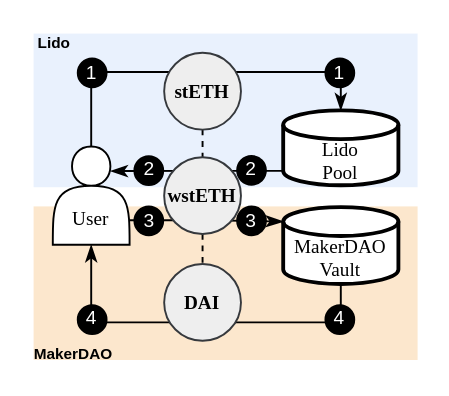
Before: diagrams/cdp_lending.drawio in lyc0603/tvl-measurement, a draw.io diagram. Source tidied: cells renumbered, new cells numbered last; positions are measured from the earlier drawing's top-left corner, leaving out a move shared by most shapes. Both pictures are drawn from the tidied source at 192%, with x=0, y=0 at pixel (33, 33).
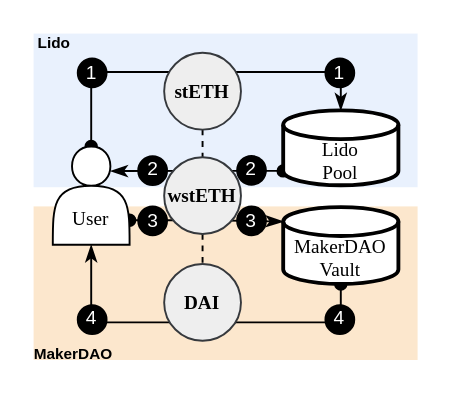
The same diagram, later.

The change refers to these unchanged cells:
```xml
<mxCell id="6" value="&lt;font style=&quot;font-size: 10px;&quot;&gt;&lt;br&gt;&lt;font style=&quot;font-size: 10px;&quot;&gt;&lt;br&gt;User&lt;/font&gt;&lt;/font&gt;" style="shape=actor;whiteSpace=wrap;html=1;fontSize=10;fontFamily=Times New Roman;verticalAlign=middle;" parent="1" vertex="1">
  <mxGeometry x="10" y="58.8" width="40" height="51.2" as="geometry" />
</mxCell>
<mxCell id="8" value="MakerDAO&lt;br&gt;Vault" style="shape=cylinder3;whiteSpace=wrap;html=1;boundedLbl=1;backgroundOutline=1;size=7.5;strokeWidth=2;fontFamily=Times New Roman;fontSize=10;fontStyle=0;" parent="1" vertex="1">
  <mxGeometry x="130" y="90.4" width="60" height="40" as="geometry" />
</mxCell>
<mxCell id="10" value="Lido&lt;br&gt;Pool" style="shape=cylinder3;whiteSpace=wrap;html=1;boundedLbl=1;backgroundOutline=1;size=7.5;strokeWidth=2;fontFamily=Times New Roman;fontStyle=0;fontSize=10;" parent="1" vertex="1">
  <mxGeometry x="130" y="40" width="60" height="39" as="geometry" />
</mxCell>
```

Change to the diagram source:
```diff
@@
-    <mxCell id="4" style="edgeStyle=orthogonalEdgeStyle;rounded=1;jettySize=auto;html=1;exitX=0.5;exitY=0;exitDx=0;exitDy=0;entryX=0.5;entryY=0;entryDx=0;entryDy=0;entryPerimeter=0;endArrow=classicThin;endFill=1;arcSize=5;fillColor=#d80073;strokeColor=#000000;" parent="1" edge="1" source="6" target="10">
+    <mxCell id="4" style="edgeStyle=orthogonalEdgeStyle;rounded=1;jettySize=auto;html=1;exitX=0.5;exitY=0;exitDx=0;exitDy=0;entryX=0.5;entryY=0;entryDx=0;entryDy=0;entryPerimeter=0;endArrow=classicThin;endFill=1;arcSize=5;fillColor=#d80073;strokeColor=#000000;startArrow=oval;startFill=1;" parent="1" edge="1" source="6" target="10">
       <mxGeometry relative="1" as="geometry" />
     </mxCell>
-    <mxCell id="5" style="edgeStyle=orthogonalEdgeStyle;rounded=1;jettySize=auto;html=1;exitX=1;exitY=0.75;exitDx=0;exitDy=0;entryX=0;entryY=0;entryDx=0;entryDy=7.5;entryPerimeter=0;strokeColor=#000000;endArrow=classicThin;endFill=1;arcSize=5;fillColor=#d80073;" parent="1" edge="1" source="6" target="8">
+    <mxCell id="5" style="edgeStyle=orthogonalEdgeStyle;rounded=1;jettySize=auto;html=1;exitX=1;exitY=0.75;exitDx=0;exitDy=0;entryX=0;entryY=0;entryDx=0;entryDy=7.5;entryPerimeter=0;strokeColor=#000000;endArrow=classicThin;endFill=1;arcSize=5;fillColor=#d80073;startArrow=oval;startFill=1;" parent="1" edge="1" source="6" target="8">
       <mxGeometry relative="1" as="geometry" />
     </mxCell>
@@
-    <mxCell id="7" style="edgeStyle=orthogonalEdgeStyle;rounded=1;jettySize=auto;html=1;exitX=0.5;exitY=1;exitDx=0;exitDy=0;exitPerimeter=0;entryX=0.5;entryY=1;entryDx=0;entryDy=0;strokeColor=#000000;endArrow=classicThin;endFill=1;arcSize=5;fillColor=#008a00;" parent="1" edge="1" source="8" target="6">
+    <mxCell id="7" style="edgeStyle=orthogonalEdgeStyle;rounded=1;jettySize=auto;html=1;exitX=0.5;exitY=1;exitDx=0;exitDy=0;exitPerimeter=0;entryX=0.5;entryY=1;entryDx=0;entryDy=0;strokeColor=#000000;endArrow=classicThin;endFill=1;arcSize=5;fillColor=#008a00;startArrow=oval;startFill=1;" parent="1" edge="1" source="8" target="6">
       <mxGeometry relative="1" as="geometry" />
     </mxCell>
@@
-    <mxCell id="9" style="edgeStyle=orthogonalEdgeStyle;rounded=1;jettySize=auto;html=1;exitX=0;exitY=1;exitDx=0;exitDy=-7.5;exitPerimeter=0;entryX=0.75;entryY=0.25;entryDx=0;entryDy=0;entryPerimeter=0;strokeColor=#000000;endArrow=classicThin;endFill=1;arcSize=5;fillColor=#1ba1e2;" parent="1" edge="1" source="10" target="6">
+    <mxCell id="9" style="edgeStyle=orthogonalEdgeStyle;rounded=1;jettySize=auto;html=1;exitX=0;exitY=1;exitDx=0;exitDy=-7.5;exitPerimeter=0;entryX=0.75;entryY=0.25;entryDx=0;entryDy=0;entryPerimeter=0;strokeColor=#000000;endArrow=classicThin;endFill=1;arcSize=5;fillColor=#1ba1e2;startArrow=oval;startFill=1;" parent="1" edge="1" source="10" target="6">
       <mxGeometry relative="1" as="geometry" />
     </mxCell>
@@
     <mxCell id="20" value="&lt;p style=&quot;line-height: 270%;&quot;&gt;&lt;font style=&quot;font-size: 10px;&quot;&gt;2&lt;/font&gt;&lt;/p&gt;" style="ellipse;whiteSpace=wrap;html=1;fontSize=7;labelBackgroundColor=none;fontColor=#FFFFFF;fillColor=#000000;align=center;" parent="1" vertex="1">
-      <mxGeometry x="52.5" y="63.9" width="15" height="15" as="geometry" />
+      <mxGeometry x="54.5" y="63.9" width="15" height="15" as="geometry" />
     </mxCell>
@@
     <mxCell id="22" value="&lt;p style=&quot;line-height: 270%;&quot;&gt;&lt;font style=&quot;font-size: 10px;&quot;&gt;3&lt;/font&gt;&lt;/p&gt;" style="ellipse;whiteSpace=wrap;html=1;fontSize=7;labelBackgroundColor=none;fontColor=#FFFFFF;fillColor=#000000;align=center;" parent="1" vertex="1">
-      <mxGeometry x="52.5" y="90" width="15" height="15" as="geometry" />
+      <mxGeometry x="54.5" y="90" width="15" height="15" as="geometry" />
     </mxCell>
```
